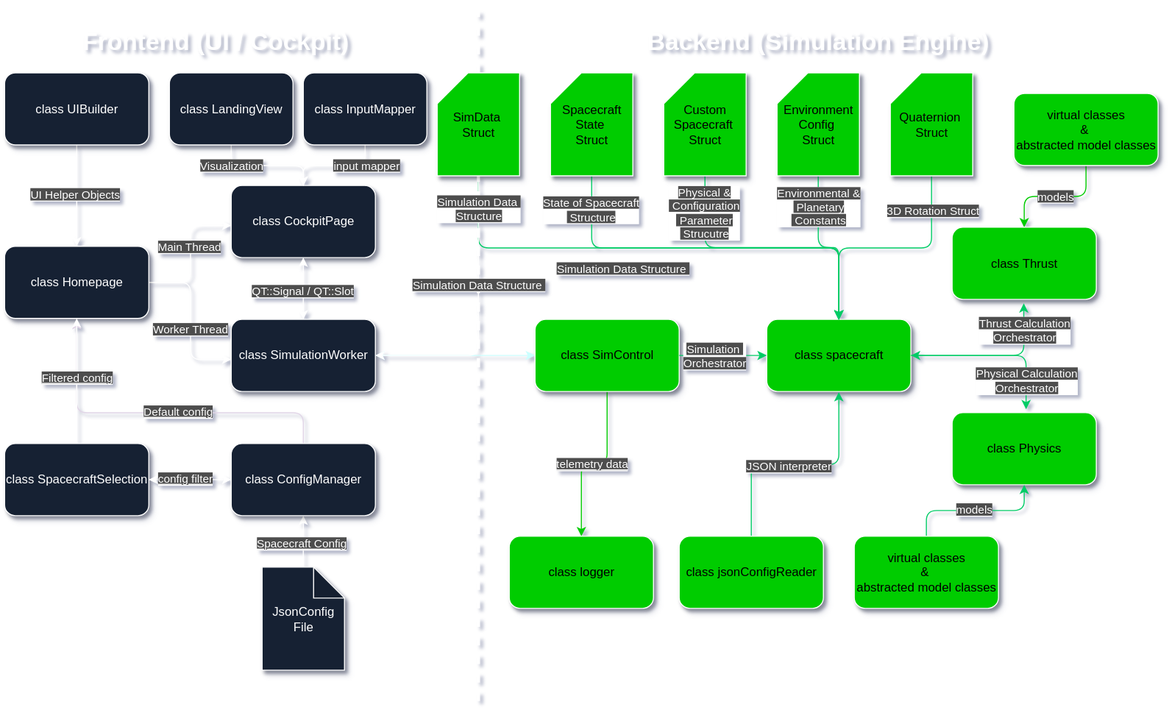
The draw.io diagram img/architecture/architecture.drawio.svg in gerd-lrt-dev/aerospace-simulation, before a commit. Source tidied: cells renumbered, new cells last; positions are measured from the earlier drawing's top-left corner, leaving out a move shared by most shapes.
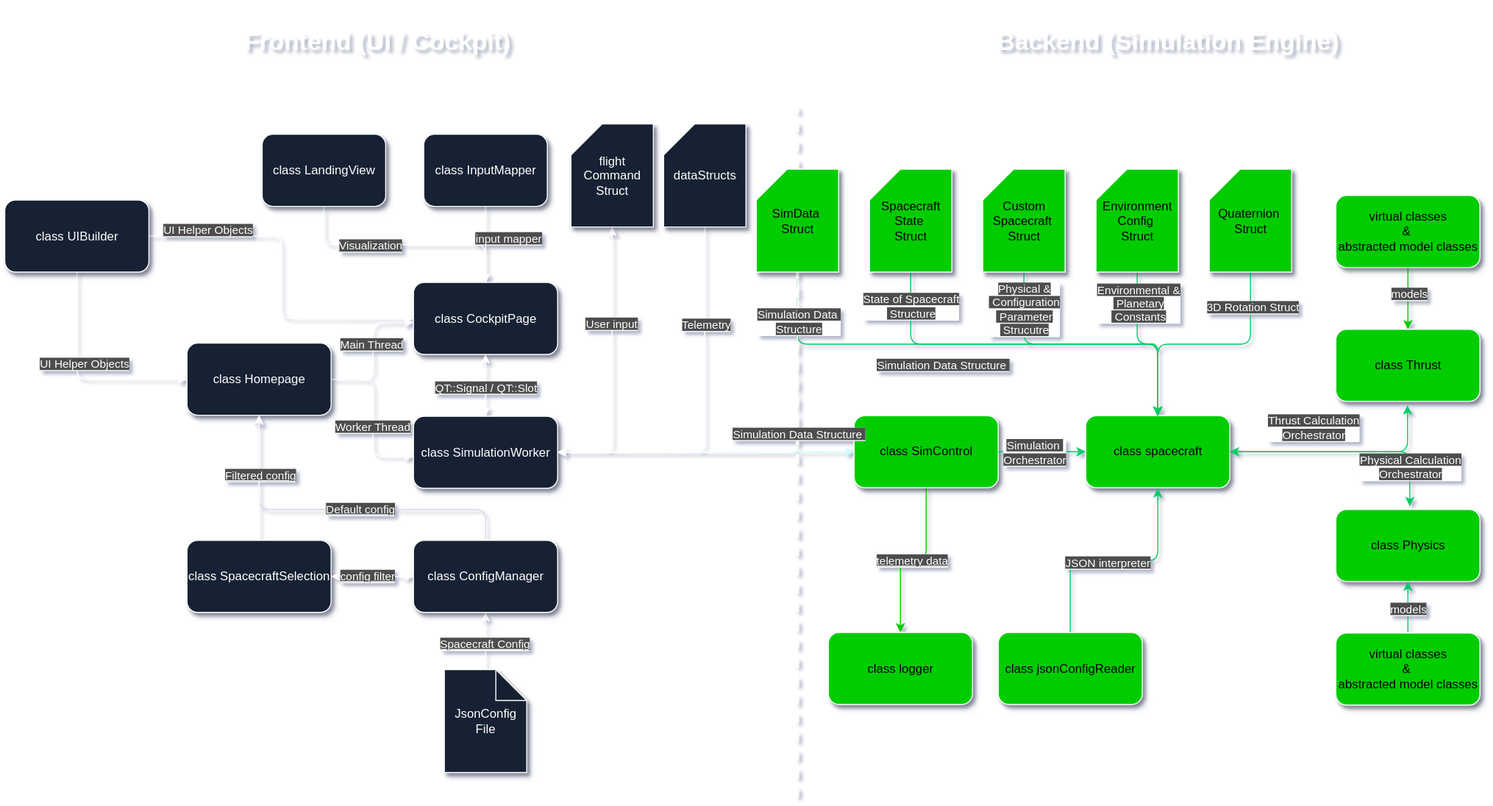
After the commit.

What changed in the source:
```diff
@@ -5,6 +5,6 @@
     <mxCell id="2" value="&lt;font style=&quot;color: rgb(255, 255, 255);&quot;&gt;class SimulationWorker&lt;/font&gt;" style="rounded=1;whiteSpace=wrap;html=1;strokeColor=#FFFFFF;fillColor=#162133;shadow=1;" parent="1" vertex="1">
-      <mxGeometry x="220" y="309.4" width="140" height="70" as="geometry" />
+      <mxGeometry x="397" y="413.9" width="140" height="70" as="geometry" />
     </mxCell>
     <mxCell id="3" value="&lt;font style=&quot;color: rgb(255, 255, 255);&quot;&gt;class CockpitPage&lt;/font&gt;" style="rounded=1;whiteSpace=wrap;html=1;strokeColor=#FFFFFF;fillColor=#162133;shadow=1;" parent="1" vertex="1">
-      <mxGeometry x="220" y="179.4" width="140" height="70" as="geometry" />
+      <mxGeometry x="397" y="283.9" width="140" height="70" as="geometry" />
     </mxCell>
@@ -12,3 +12,3 @@
       <mxGeometry relative="1" as="geometry">
-        <mxPoint x="140" y="273.4" as="sourcePoint" />
+        <mxPoint x="317" y="377.9" as="sourcePoint" />
       </mxGeometry>
@@ -22,3 +22,3 @@
       <mxGeometry relative="1" as="geometry">
-        <mxPoint x="140" y="273.4" as="sourcePoint" />
+        <mxPoint x="317" y="377.9" as="sourcePoint" />
       </mxGeometry>
@@ -44,3 +44,3 @@
     <mxCell id="13" value="class SimControl" style="rounded=1;whiteSpace=wrap;html=1;strokeColor=#FFFFFF;fillColor=#00CC00;shadow=1;" parent="1" vertex="1">
-      <mxGeometry x="515" y="309.4" width="140" height="70" as="geometry" />
+      <mxGeometry x="825" y="413.3" width="140" height="70" as="geometry" />
     </mxCell>
@@ -51,3 +51,3 @@
       <mxGeometry relative="1" as="geometry">
-        <mxPoint x="460" y="10" as="targetPoint" />
+        <mxPoint x="770" y="113.9" as="targetPoint" />
       </mxGeometry>
@@ -58,9 +58,9 @@
     <mxCell id="17" value="class Thrust" style="rounded=1;whiteSpace=wrap;html=1;strokeColor=#FFFFFF;fillColor=#00CC00;shadow=1;" parent="1" vertex="1">
-      <mxGeometry x="920" y="220" width="140" height="70" as="geometry" />
+      <mxGeometry x="1293" y="329.4" width="140" height="70" as="geometry" />
     </mxCell>
     <mxCell id="18" value="class spacecraft" style="rounded=1;whiteSpace=wrap;html=1;strokeColor=#FFFFFF;fillColor=#00CC00;shadow=1;" parent="1" vertex="1">
-      <mxGeometry x="740" y="309.4" width="140" height="70" as="geometry" />
+      <mxGeometry x="1050" y="413.3" width="140" height="70" as="geometry" />
     </mxCell>
     <mxCell id="19" value="&lt;font style=&quot;color: rgb(255, 255, 255);&quot;&gt;class Homepage&lt;/font&gt;" style="rounded=1;whiteSpace=wrap;html=1;strokeColor=#FFFFFF;fillColor=#162133;shadow=1;" parent="1" vertex="1">
-      <mxGeometry y="238.4" width="140" height="70" as="geometry" />
+      <mxGeometry x="177" y="342.9" width="140" height="70" as="geometry" />
     </mxCell>
@@ -73,3 +73,3 @@
     <mxCell id="22" value="class Physics" style="rounded=1;whiteSpace=wrap;html=1;strokeColor=#FFFFFF;fillColor=#00CC00;shadow=1;" parent="1" vertex="1">
-      <mxGeometry x="920" y="400" width="140" height="70" as="geometry" />
+      <mxGeometry x="1293" y="504.4" width="140" height="70" as="geometry" />
     </mxCell>
@@ -91,6 +91,6 @@
     <mxCell id="28" value="&lt;h1&gt;&lt;b&gt;&lt;font style=&quot;color: rgb(255, 255, 255);&quot;&gt;Frontend (UI / Cockpit)&lt;/font&gt;&lt;/b&gt;&lt;/h1&gt;" style="text;html=1;align=center;verticalAlign=middle;whiteSpace=wrap;rounded=0;fillColor=none;" parent="1" vertex="1">
-      <mxGeometry x="50" width="310" height="80" as="geometry" />
+      <mxGeometry x="207" y="10" width="310" height="80" as="geometry" />
     </mxCell>
     <mxCell id="29" value="&lt;h1&gt;&lt;b&gt;&lt;font style=&quot;color: rgb(255, 255, 255);&quot;&gt;Backend (Simulation Engine)&lt;/font&gt;&lt;/b&gt;&lt;/h1&gt;" style="text;html=1;align=center;verticalAlign=middle;whiteSpace=wrap;rounded=0;fillColor=none;" parent="1" vertex="1">
-      <mxGeometry x="610" width="360" height="80" as="geometry" />
+      <mxGeometry x="950" y="10" width="360" height="80" as="geometry" />
     </mxCell>
@@ -103,3 +103,3 @@
     <mxCell id="32" value="&lt;font style=&quot;color: rgb(255, 255, 255);&quot;&gt;JsonConfig&lt;/font&gt;&lt;div&gt;&lt;font style=&quot;color: rgb(255, 255, 255);&quot;&gt;File&lt;/font&gt;&lt;/div&gt;" style="shape=note;whiteSpace=wrap;html=1;backgroundOutline=1;darkOpacity=0.05;strokeColor=#FFFFFF;fillColor=#162133;shadow=1;" parent="1" vertex="1">
-      <mxGeometry x="250" y="550" width="80" height="100" as="geometry" />
+      <mxGeometry x="427" y="660" width="80" height="100" as="geometry" />
     </mxCell>
@@ -114,12 +114,12 @@
     <mxCell id="35" value="&lt;font style=&quot;color: rgb(255, 255, 255);&quot;&gt;class LandingView&lt;/font&gt;" style="rounded=1;whiteSpace=wrap;html=1;strokeColor=#FFFFFF;fillColor=#162133;shadow=1;" parent="1" vertex="1">
-      <mxGeometry x="160" y="70" width="120" height="70" as="geometry" />
+      <mxGeometry x="250" y="140" width="120" height="70" as="geometry" />
     </mxCell>
+    <mxCell id="80" style="edgeStyle=orthogonalEdgeStyle;rounded=1;jettySize=auto;html=1;exitX=1;exitY=0.5;exitDx=0;exitDy=0;entryX=0;entryY=0.5;entryDx=0;entryDy=0;curved=0;strokeColor=#FFFFFF;" parent="1" edge="1" source="38" target="3">
+      <mxGeometry relative="1" as="geometry" />
+    </mxCell>
-    <mxCell id="36" style="edgeStyle=orthogonalEdgeStyle;jettySize=auto;html=1;exitX=0.5;exitY=1;exitDx=0;exitDy=0;entryX=0.5;entryY=0;entryDx=0;entryDy=0;strokeColor=#FFFFFF;fillColor=#6a00ff;" parent="1" edge="1" source="38" target="19">
+    <mxCell id="36" style="edgeStyle=orthogonalEdgeStyle;rounded=1;jettySize=auto;html=1;exitX=0.5;exitY=1;exitDx=0;exitDy=0;entryX=0;entryY=0.5;entryDx=0;entryDy=0;curved=0;strokeColor=#FFFFFF;" parent="1" edge="1" source="38" target="19">
       <mxGeometry relative="1" as="geometry" />
     </mxCell>
-    <mxCell id="37" value="&lt;span style=&quot;background-color: rgb(77, 77, 77);&quot;&gt;&lt;font style=&quot;color: rgb(255, 255, 255);&quot;&gt;UI Helper Objects&lt;/font&gt;&lt;/span&gt;" style="edgeLabel;html=1;align=center;verticalAlign=middle;strokeColor=#FFFFFF;fontColor=#3333FF;fillColor=#182E3E;fontFamily=Helvetica;fontSize=11;labelBackgroundColor=default;gradientColor=none;" parent="36" vertex="1">
-      <mxGeometry x="-0.03" y="-2" relative="1" as="geometry" />
-    </mxCell>
     <mxCell id="38" value="&lt;font style=&quot;color: rgb(255, 255, 255);&quot;&gt;class UIBuilder&lt;/font&gt;" style="rounded=1;whiteSpace=wrap;html=1;strokeColor=#FFFFFF;fillColor=#162133;shadow=1;" parent="1" vertex="1">
-      <mxGeometry y="70" width="140" height="70" as="geometry" />
+      <mxGeometry y="203.9" width="140" height="70" as="geometry" />
     </mxCell>
@@ -132,3 +132,3 @@
     <mxCell id="41" value="Custom Spacecraft&amp;nbsp;&lt;div&gt;Struct&lt;/div&gt;" style="shape=card;whiteSpace=wrap;html=1;strokeColor=#FFFFFF;fillColor=#00CC00;shadow=1;" parent="1" vertex="1">
-      <mxGeometry x="640" y="70" width="80" height="100" as="geometry" />
+      <mxGeometry x="950" y="173.9" width="80" height="100" as="geometry" />
     </mxCell>
@@ -143,3 +143,3 @@
     <mxCell id="44" value="Environment Config&amp;nbsp;&lt;div&gt;Struct&lt;/div&gt;" style="shape=card;whiteSpace=wrap;html=1;strokeColor=#FFFFFF;fillColor=#00CC00;shadow=1;" parent="1" vertex="1">
-      <mxGeometry x="750" y="70" width="80" height="100" as="geometry" />
+      <mxGeometry x="1060" y="173.9" width="80" height="100" as="geometry" />
     </mxCell>
@@ -147,3 +147,3 @@
       <mxGeometry relative="1" as="geometry">
-        <mxPoint x="810" y="310" as="targetPoint" />
+        <mxPoint x="1120" y="413.9" as="targetPoint" />
       </mxGeometry>
@@ -152,3 +152,3 @@
       <mxGeometry relative="1" as="geometry">
-        <mxPoint x="460" y="680" as="sourcePoint" />
+        <mxPoint x="770" y="783.9" as="sourcePoint" />
       </mxGeometry>
@@ -165,3 +165,3 @@
     <mxCell id="50" value="SimData&amp;nbsp;&lt;div&gt;Struct&lt;/div&gt;" style="shape=card;whiteSpace=wrap;html=1;strokeColor=#FFFFFF;fillColor=#00CC00;shadow=1;" parent="1" vertex="1">
-      <mxGeometry x="420" y="70" width="80" height="100" as="geometry" />
+      <mxGeometry x="730" y="173.9" width="80" height="100" as="geometry" />
     </mxCell>
@@ -169,3 +169,3 @@
       <mxGeometry relative="1" as="geometry">
-        <mxPoint x="810" y="310" as="targetPoint" />
+        <mxPoint x="1120" y="413.9" as="targetPoint" />
       </mxGeometry>
@@ -176,3 +176,3 @@
     <mxCell id="53" value="Spacecraft State&amp;nbsp;&lt;div&gt;Struct&lt;/div&gt;" style="shape=card;whiteSpace=wrap;html=1;strokeColor=#FFFFFF;fillColor=#00CC00;shadow=1;" parent="1" vertex="1">
-      <mxGeometry x="530" y="70" width="80" height="100" as="geometry" />
+      <mxGeometry x="840" y="173.9" width="80" height="100" as="geometry" />
     </mxCell>
@@ -185,3 +185,3 @@
     <mxCell id="56" value="virtual classes&lt;div&gt;&amp;amp;&amp;nbsp;&lt;/div&gt;&lt;div&gt;abstracted model classes&lt;/div&gt;" style="rounded=1;whiteSpace=wrap;html=1;strokeColor=#FFFFFF;fillColor=#00CC00;shadow=1;" parent="1" vertex="1">
-      <mxGeometry x="825" y="520" width="140" height="70" as="geometry" />
+      <mxGeometry x="1293" y="624.4" width="140" height="70" as="geometry" />
     </mxCell>
@@ -189,6 +189,6 @@
       <mxGeometry relative="1" as="geometry">
-        <mxPoint x="900" y="150" as="sourcePoint" />
+        <mxPoint x="1210" y="253.9" as="sourcePoint" />
         <Array as="points">
-          <mxPoint x="900" y="240" />
-          <mxPoint x="810" y="240" />
+          <mxPoint x="1210" y="343.9" />
+          <mxPoint x="1120" y="343.9" />
         </Array>
@@ -200,3 +200,3 @@
     <mxCell id="59" value="Quaternion&amp;nbsp;&lt;div&gt;Struct&lt;/div&gt;" style="shape=card;whiteSpace=wrap;html=1;strokeColor=#FFFFFF;fillColor=#00CC00;shadow=1;" parent="1" vertex="1">
-      <mxGeometry x="860" y="70" width="80" height="100" as="geometry" />
+      <mxGeometry x="1170" y="173.9" width="80" height="100" as="geometry" />
     </mxCell>
@@ -204,3 +204,3 @@
       <mxGeometry relative="1" as="geometry">
-        <mxPoint x="810" y="380" as="targetPoint" />
+        <mxPoint x="1120" y="483.9" as="targetPoint" />
       </mxGeometry>
@@ -211,9 +211,9 @@
     <mxCell id="62" value="class jsonConfigReader" style="rounded=1;whiteSpace=wrap;html=1;strokeColor=#FFFFFF;fillColor=#00CC00;shadow=1;" parent="1" vertex="1">
-      <mxGeometry x="655" y="520" width="140" height="70" as="geometry" />
+      <mxGeometry x="965" y="623.9" width="140" height="70" as="geometry" />
     </mxCell>
     <mxCell id="63" value="&lt;font style=&quot;color: rgb(255, 255, 255); background-color: rgb(77, 77, 77);&quot;&gt;Simulation Data Structure&amp;nbsp;&lt;/font&gt;" style="edgeLabel;html=1;align=center;verticalAlign=middle;strokeColor=#FFFFFF;fontColor=#CC0066;fillColor=#182E3E;" parent="1" vertex="1">
-      <mxGeometry x="600" y="260" as="geometry" />
+      <mxGeometry x="910" y="363.9" as="geometry" />
     </mxCell>
     <mxCell id="64" value="&lt;font style=&quot;color: rgb(255, 255, 255);&quot;&gt;class SpacecraftSelection&lt;/font&gt;" style="rounded=1;whiteSpace=wrap;html=1;strokeColor=#FFFFFF;fillColor=#162133;shadow=1;" parent="1" vertex="1">
-      <mxGeometry y="430" width="140" height="70" as="geometry" />
+      <mxGeometry x="177" y="534.4" width="140" height="70" as="geometry" />
     </mxCell>
@@ -221,6 +221,6 @@
       <mxGeometry relative="1" as="geometry">
-        <mxPoint x="70" y="310" as="targetPoint" />
+        <mxPoint x="247" y="414.4" as="targetPoint" />
         <Array as="points">
-          <mxPoint x="290" y="400" />
-          <mxPoint x="70" y="400" />
+          <mxPoint x="467" y="504.4" />
+          <mxPoint x="247" y="504.4" />
         </Array>
@@ -232,3 +232,3 @@
     <mxCell id="67" value="&lt;font style=&quot;color: rgb(255, 255, 255);&quot;&gt;class ConfigManager&lt;/font&gt;" style="rounded=1;whiteSpace=wrap;html=1;strokeColor=#FFFFFF;fillColor=#162133;shadow=1;" parent="1" vertex="1">
-      <mxGeometry x="220" y="430" width="140" height="70" as="geometry" />
+      <mxGeometry x="397" y="534.4" width="140" height="70" as="geometry" />
     </mxCell>
@@ -247,15 +247,15 @@
     <mxCell id="72" value="class logger" style="rounded=1;whiteSpace=wrap;html=1;strokeColor=#FFFFFF;fillColor=#00CC00;shadow=1;" parent="1" vertex="1">
-      <mxGeometry x="490" y="520" width="140" height="70" as="geometry" />
+      <mxGeometry x="800" y="623.9" width="140" height="70" as="geometry" />
     </mxCell>
     <mxCell id="73" value="&lt;font style=&quot;color: rgb(255, 255, 255); background-color: rgb(77, 77, 77);&quot;&gt;&lt;u&gt;telemetry data&lt;/u&gt;&lt;/font&gt;" style="edgeLabel;html=1;align=center;verticalAlign=middle;" parent="1" vertex="1">
-      <mxGeometry x="570" y="450" as="geometry" />
+      <mxGeometry x="880" y="553.9" as="geometry" />
     </mxCell>
     <mxCell id="74" value="&lt;font style=&quot;color: rgb(255, 255, 255); background-color: rgb(77, 77, 77);&quot;&gt;Thrust Calculation&lt;/font&gt;&lt;div&gt;&lt;font style=&quot;color: rgb(255, 255, 255); background-color: rgb(77, 77, 77);&quot;&gt;Orchestrator&lt;/font&gt;&lt;/div&gt;" style="edgeLabel;html=1;align=center;verticalAlign=middle;" parent="1" vertex="1">
-      <mxGeometry x="990" y="320" as="geometry" />
+      <mxGeometry x="1270" y="424.4" as="geometry" />
     </mxCell>
     <mxCell id="75" value="virtual classes&lt;div&gt;&amp;amp;&amp;nbsp;&lt;/div&gt;&lt;div&gt;abstracted model classes&lt;/div&gt;" style="rounded=1;whiteSpace=wrap;html=1;strokeColor=#FFFFFF;fillColor=#00CC00;shadow=1;" parent="1" vertex="1">
-      <mxGeometry x="980" y="90" width="140" height="70" as="geometry" />
+      <mxGeometry x="1293" y="199.4" width="140" height="70" as="geometry" />
     </mxCell>
     <mxCell id="76" value="&lt;font style=&quot;color: rgb(255, 255, 255); background-color: rgb(77, 77, 77);&quot;&gt;models&lt;/font&gt;" style="edgeLabel;html=1;align=center;verticalAlign=middle;strokeColor=#FFFFFF;fontColor=#FFFFFF;fillColor=#182E3E;" parent="1" vertex="1">
-      <mxGeometry x="1020" y="190" as="geometry" />
+      <mxGeometry x="1363" y="294.4" as="geometry" />
     </mxCell>
@@ -263,3 +263,3 @@
       <mxGeometry relative="1" as="geometry">
-        <mxPoint x="290" y="180" as="targetPoint" />
+        <mxPoint x="467" y="284.4" as="targetPoint" />
       </mxGeometry>
@@ -272,4 +272,32 @@
     <mxCell id="79" value="&lt;font style=&quot;color: rgb(255, 255, 255);&quot;&gt;class InputMapper&lt;/font&gt;" style="rounded=1;whiteSpace=wrap;html=1;strokeColor=#FFFFFF;fillColor=#162133;shadow=1;" parent="1" vertex="1">
-      <mxGeometry x="290" y="70" width="120" height="70" as="geometry" />
+      <mxGeometry x="407" y="140" width="120" height="70" as="geometry" />
     </mxCell>
+    <mxCell id="81" value="&lt;span style=&quot;color: rgb(255, 255, 255); background-color: rgb(77, 77, 77);&quot;&gt;UI Helper Objects&lt;/span&gt;" style="edgeLabel;html=1;align=center;verticalAlign=middle;strokeColor=#FFFFFF;fontColor=#3333FF;fillColor=#182E3E;fontFamily=Helvetica;fontSize=11;labelBackgroundColor=default;gradientColor=none;" parent="1" vertex="1">
+      <mxGeometry x="50" y="429.4" as="geometry">
+        <mxPoint x="26" y="-67" as="offset" />
+      </mxGeometry>
+    </mxCell>
+    <mxCell id="82" value="&lt;span style=&quot;color: rgb(255, 255, 255); background-color: rgb(77, 77, 77);&quot;&gt;UI Helper Objects&lt;/span&gt;" style="edgeLabel;html=1;align=center;verticalAlign=middle;strokeColor=#FFFFFF;fontColor=#3333FF;fillColor=#182E3E;fontFamily=Helvetica;fontSize=11;labelBackgroundColor=default;gradientColor=none;" parent="1" vertex="1">
+      <mxGeometry x="170" y="299.4" as="geometry">
+        <mxPoint x="26" y="-67" as="offset" />
+      </mxGeometry>
+    </mxCell>
+    <mxCell id="83" style="edgeStyle=orthogonalEdgeStyle;rounded=1;jettySize=auto;html=1;exitX=0.5;exitY=1;exitDx=0;exitDy=0;exitPerimeter=0;entryX=1;entryY=0.5;entryDx=0;entryDy=0;strokeColor=#FFFFFF;curved=0;startArrow=classic;startFill=1;" parent="1" edge="1" source="85" target="2">
+      <mxGeometry relative="1" as="geometry" />
+    </mxCell>
+    <mxCell id="84" value="&lt;font style=&quot;color: rgb(255, 255, 255); background-color: rgb(77, 77, 77);&quot;&gt;User input&lt;/font&gt;" style="edgeLabel;html=1;align=center;verticalAlign=middle;" parent="83" vertex="1">
+      <mxGeometry x="-0.32" y="-2" relative="1" as="geometry" />
+    </mxCell>
+    <mxCell id="85" value="&lt;font color=&quot;#ffffff&quot;&gt;flight&lt;/font&gt;&lt;div&gt;&lt;font color=&quot;#ffffff&quot;&gt;Command&lt;/font&gt;&lt;/div&gt;&lt;div&gt;&lt;font color=&quot;#ffffff&quot;&gt;Struct&lt;/font&gt;&lt;/div&gt;" style="shape=card;whiteSpace=wrap;html=1;strokeColor=#FFFFFF;fillColor=#162133;shadow=1;rounded=0;align=center;verticalAlign=middle;fontFamily=Helvetica;fontSize=12;fontColor=default;" parent="1" vertex="1">
+      <mxGeometry x="550" y="130" width="80" height="100" as="geometry" />
+    </mxCell>
+    <mxCell id="86" style="edgeStyle=orthogonalEdgeStyle;rounded=1;jettySize=auto;html=1;exitX=0.5;exitY=1;exitDx=0;exitDy=0;exitPerimeter=0;entryX=1;entryY=0.5;entryDx=0;entryDy=0;curved=0;strokeColor=#FFFFFF;" parent="1" edge="1" source="88" target="2">
+      <mxGeometry relative="1" as="geometry" />
+    </mxCell>
+    <mxCell id="87" value="&lt;font style=&quot;color: rgb(255, 255, 255); background-color: rgb(77, 77, 77);&quot;&gt;Telemetry&lt;/font&gt;" style="edgeLabel;html=1;align=center;verticalAlign=middle;" parent="86" vertex="1">
+      <mxGeometry x="-0.48" relative="1" as="geometry" />
+    </mxCell>
+    <mxCell id="88" value="&lt;font color=&quot;#ffffff&quot;&gt;dataStructs&lt;/font&gt;" style="shape=card;whiteSpace=wrap;html=1;strokeColor=#FFFFFF;fillColor=#162133;shadow=1;rounded=0;align=center;verticalAlign=middle;fontFamily=Helvetica;fontSize=12;fontColor=default;" parent="1" vertex="1">
+      <mxGeometry x="640" y="130" width="80" height="100" as="geometry" />
+    </mxCell>
   </root>
```
